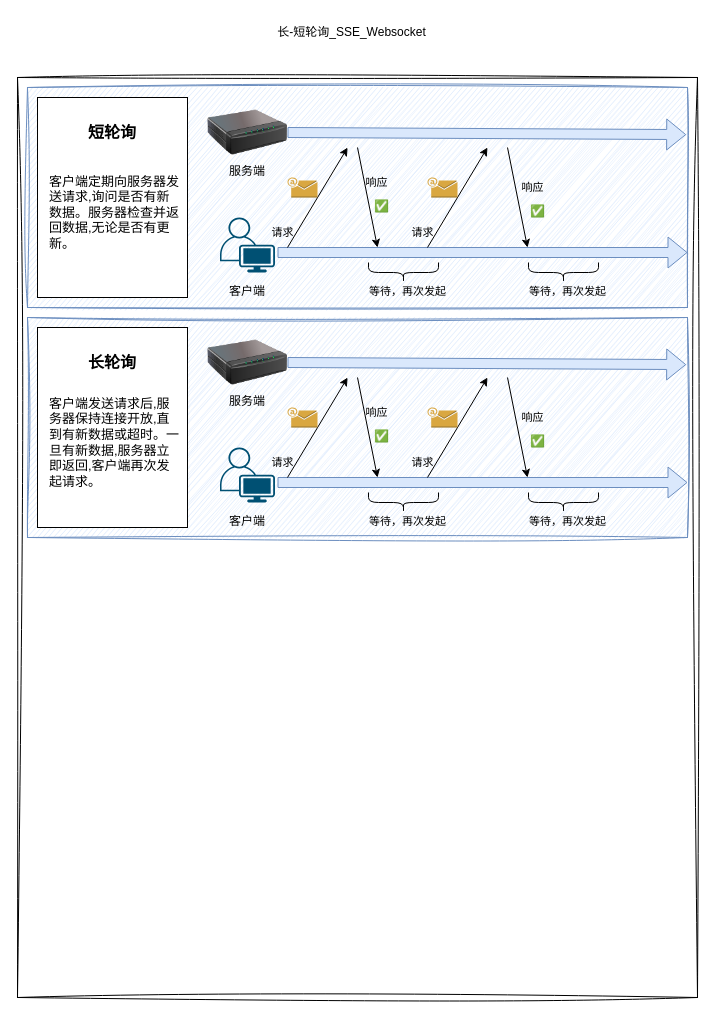
This is image-text/长-短轮询_SSE_Websocket.drawio from Rodert/javapub_oss, a draw.io file, before an edit. Source tidied: cells renumbered, new cells numbered last; positions are measured from the earlier drawing's top-left corner, leaving out a move shared by most shapes. Both pictures are drawn from the tidied source at 100%, with x=0, y=0 at pixel (17, 17).
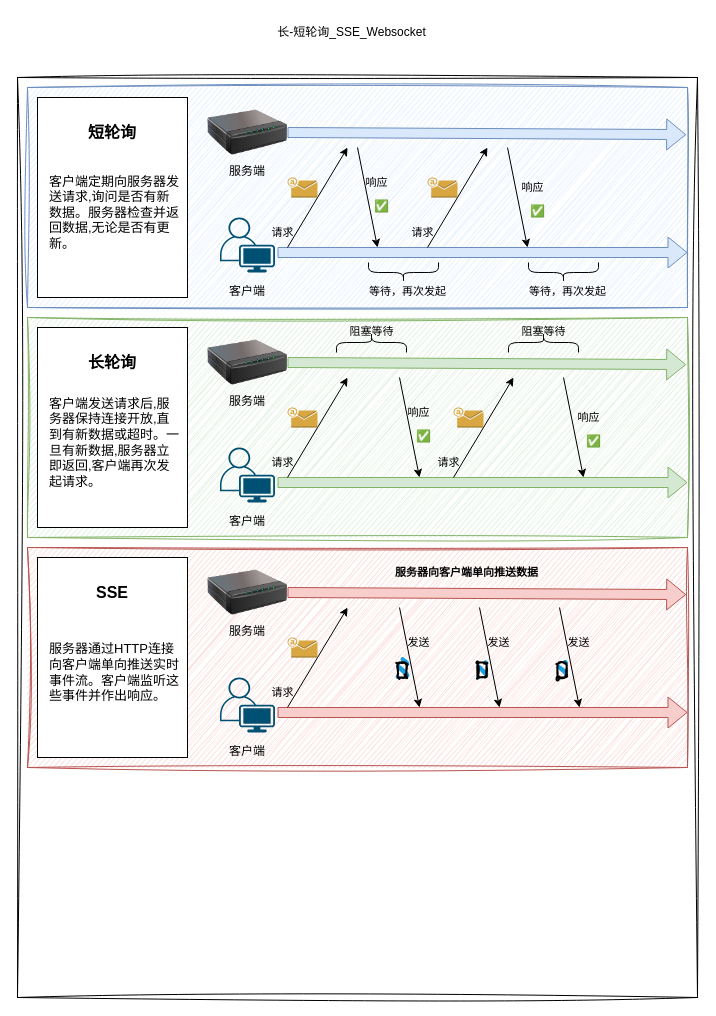
After the change.

Commit message (it also covers changes not shown here):
更新长-短轮询_SSE_Websocket.drawio

Unchanged cells that the change refers to:
```xml
<mxCell id="37" style="image;html=1;image=img/lib/clip_art/networking/Print_Server_128x128.png;sketch=1;hachureGap=4;jiggle=2;curveFitting=1;fontFamily=Architects Daughter;" parent="1" vertex="1">
  <mxGeometry x="190" y="305" width="80" height="80" as="geometry" />
</mxCell>
```

The edit, as a diff of the source:
```diff
@@
-    <mxCell id="33" style="rounded=0;whiteSpace=wrap;html=1;sketch=1;hachureGap=4;jiggle=2;curveFitting=1;fontFamily=Architects Daughter;fillColor=#dae8fc;strokeColor=#6c8ebf;" parent="1" vertex="1">
+    <mxCell id="33" style="rounded=0;whiteSpace=wrap;html=1;sketch=1;hachureGap=4;jiggle=2;curveFitting=1;fontFamily=Architects Daughter;fillColor=#d5e8d4;strokeColor=#82b366;" parent="1" vertex="1">
       <mxGeometry x="10" y="300" width="660" height="220" as="geometry" />
     </mxCell>
@@
-    <mxCell id="41" style="shape=flexArrow;endArrow=classic;html=1;rounded=0;hachureGap=4;fontFamily=Architects Daughter;exitX=1;exitY=0.5;exitDx=0;exitDy=0;fillColor=#dae8fc;strokeColor=#6c8ebf;entryX=0.998;entryY=0.214;entryDx=0;entryDy=0;entryPerimeter=0;" parent="1" edge="1" source="37" target="33">
+    <mxCell id="41" style="shape=flexArrow;endArrow=classic;html=1;rounded=0;hachureGap=4;fontFamily=Architects Daughter;exitX=1;exitY=0.5;exitDx=0;exitDy=0;fillColor=#d5e8d4;strokeColor=#82b366;entryX=0.998;entryY=0.214;entryDx=0;entryDy=0;entryPerimeter=0;" parent="1" edge="1" source="37" target="33">
       <mxGeometry relative="1" as="geometry" />
     </mxCell>
-    <mxCell id="42" style="shape=flexArrow;endArrow=classic;html=1;rounded=0;hachureGap=4;fontFamily=Architects Daughter;fillColor=#dae8fc;strokeColor=#6c8ebf;entryX=1;entryY=0.75;entryDx=0;entryDy=0;" parent="1" edge="1" target="33">
+    <mxCell id="42" style="shape=flexArrow;endArrow=classic;html=1;rounded=0;hachureGap=4;fontFamily=Architects Daughter;fillColor=#d5e8d4;strokeColor=#82b366;entryX=1;entryY=0.75;entryDx=0;entryDy=0;" parent="1" edge="1" target="33">
       <mxGeometry relative="1" as="geometry">
         <mxPoint x="260" y="465" as="sourcePoint" />
       </mxGeometry>
     </mxCell>
@@
     <mxCell id="44" style="endArrow=classic;html=1;rounded=0;hachureGap=4;fontFamily=Architects Daughter;flowAnimation=1;" parent="1" edge="1">
       <mxGeometry relative="1" as="geometry">
-        <mxPoint x="340" y="360" as="sourcePoint" />
-        <mxPoint x="360" y="460" as="targetPoint" />
+        <mxPoint x="382" y="360" as="sourcePoint" />
+        <mxPoint x="402" y="460" as="targetPoint" />
       </mxGeometry>
     </mxCell>
     <mxCell id="45" style="endArrow=classic;html=1;rounded=0;hachureGap=4;fontFamily=Architects Daughter;entryX=0.485;entryY=0.273;entryDx=0;entryDy=0;entryPerimeter=0;flowAnimation=1;" parent="1" edge="1">
       <mxGeometry relative="1" as="geometry">
-        <mxPoint x="410" y="460" as="sourcePoint" />
-        <mxPoint x="470" y="360" as="targetPoint" />
+        <mxPoint x="436" y="460" as="sourcePoint" />
+        <mxPoint x="496" y="360" as="targetPoint" />
       </mxGeometry>
     </mxCell>
     <mxCell id="46" style="endArrow=classic;html=1;rounded=0;hachureGap=4;fontFamily=Architects Daughter;flowAnimation=1;" parent="1" edge="1">
       <mxGeometry relative="1" as="geometry">
-        <mxPoint x="490" y="360" as="sourcePoint" />
-        <mxPoint x="510" y="460" as="targetPoint" />
+        <mxPoint x="546" y="360" as="sourcePoint" />
+        <mxPoint x="566" y="460" as="targetPoint" />
       </mxGeometry>
     </mxCell>
@@
     <mxCell id="48" style="dashed=0;verticalLabelPosition=bottom;verticalAlign=top;align=center;html=1;shape=mxgraph.aws3.email;fillColor=#D9A741;gradientColor=none;hachureGap=4;fontFamily=Architects Daughter;" parent="1" vertex="1">
-      <mxGeometry x="410" y="390" width="30" height="20" as="geometry" />
+      <mxGeometry x="436" y="390" width="30" height="20" as="geometry" />
     </mxCell>
     <mxCell id="49" value="✅" style="text;html=1;align=center;verticalAlign=middle;strokeColor=none;fillColor=none;fontFamily=Architects Daughter;" parent="1" vertex="1">
-      <mxGeometry x="500" y="410" width="40" height="30" as="geometry" />
+      <mxGeometry x="556" y="410" width="40" height="30" as="geometry" />
     </mxCell>
     <mxCell id="50" value="&lt;font face=&quot;Helvetica&quot; style=&quot;font-size: 11px;&quot;&gt;响应&lt;/font&gt;" style="text;html=1;align=center;verticalAlign=middle;strokeColor=none;fillColor=none;fontFamily=Architects Daughter;fontSize=11;" parent="1" vertex="1">
-      <mxGeometry x="490" y="385" width="50" height="30" as="geometry" />
+      <mxGeometry x="546" y="385" width="50" height="30" as="geometry" />
     </mxCell>
     <mxCell id="51" value="&lt;font face=&quot;Helvetica&quot; style=&quot;font-size: 11px;&quot;&gt;请求&lt;/font&gt;" style="text;html=1;align=center;verticalAlign=middle;strokeColor=none;fillColor=none;fontFamily=Architects Daughter;fontSize=11;" parent="1" vertex="1">
-      <mxGeometry x="380" y="430" width="50" height="30" as="geometry" />
+      <mxGeometry x="406" y="430" width="50" height="30" as="geometry" />
     </mxCell>
@@
     <mxCell id="53" value="&lt;font face=&quot;Helvetica&quot; style=&quot;font-size: 11px;&quot;&gt;响应&lt;/font&gt;" style="text;html=1;align=center;verticalAlign=middle;strokeColor=none;fillColor=none;fontFamily=Architects Daughter;fontSize=11;" parent="1" vertex="1">
-      <mxGeometry x="334" y="380" width="50" height="30" as="geometry" />
+      <mxGeometry x="376" y="380" width="50" height="30" as="geometry" />
     </mxCell>
     <mxCell id="54" value="✅" style="text;html=1;align=center;verticalAlign=middle;strokeColor=none;fillColor=none;fontFamily=Architects Daughter;" parent="1" vertex="1">
-      <mxGeometry x="344" y="405" width="40" height="30" as="geometry" />
+      <mxGeometry x="386" y="405" width="40" height="30" as="geometry" />
     </mxCell>
-    <mxCell id="55" style="shape=curlyBracket;whiteSpace=wrap;html=1;rounded=1;labelPosition=left;verticalLabelPosition=middle;align=right;verticalAlign=middle;hachureGap=4;fontFamily=Architects Daughter;rotation=-90;" parent="1" vertex="1">
-      <mxGeometry x="376" y="450" width="20" height="70" as="geometry" />
+    <mxCell id="55" style="shape=curlyBracket;whiteSpace=wrap;html=1;rounded=1;labelPosition=left;verticalLabelPosition=middle;align=right;verticalAlign=middle;hachureGap=4;fontFamily=Architects Daughter;rotation=90;" parent="1" vertex="1">
+      <mxGeometry x="344" y="290" width="20" height="70" as="geometry" />
     </mxCell>
-    <mxCell id="56" value="&lt;font style=&quot;font-size: 11px;&quot; face=&quot;Helvetica&quot;&gt;等待，再次发起&lt;/font&gt;" style="text;html=1;align=center;verticalAlign=middle;strokeColor=none;fillColor=none;fontFamily=Architects Daughter;" parent="1" vertex="1">
-      <mxGeometry x="340" y="490" width="100" height="30" as="geometry" />
+    <mxCell id="56" value="&lt;font style=&quot;font-size: 11px;&quot; face=&quot;Helvetica&quot;&gt;阻塞等待&lt;/font&gt;" style="text;html=1;align=center;verticalAlign=middle;strokeColor=none;fillColor=none;fontFamily=Architects Daughter;" parent="1" vertex="1">
+      <mxGeometry x="319" y="300" width="70" height="30" as="geometry" />
     </mxCell>
-    <mxCell id="57" style="shape=curlyBracket;whiteSpace=wrap;html=1;rounded=1;labelPosition=left;verticalLabelPosition=middle;align=right;verticalAlign=middle;hachureGap=4;fontFamily=Architects Daughter;rotation=-90;" parent="1" vertex="1">
-      <mxGeometry x="536" y="450" width="20" height="70" as="geometry" />
+    <mxCell id="57" style="shape=curlyBracket;whiteSpace=wrap;html=1;rounded=1;labelPosition=left;verticalLabelPosition=middle;align=right;verticalAlign=middle;hachureGap=4;fontFamily=Architects Daughter;rotation=90;size=0.5;" parent="1" vertex="1">
+      <mxGeometry x="516" y="290" width="20" height="70" as="geometry" />
     </mxCell>
-    <mxCell id="58" value="&lt;font style=&quot;font-size: 11px;&quot; face=&quot;Helvetica&quot;&gt;等待，再次发起&lt;/font&gt;" style="text;html=1;align=center;verticalAlign=middle;strokeColor=none;fillColor=none;fontFamily=Architects Daughter;" parent="1" vertex="1">
-      <mxGeometry x="500" y="490" width="100" height="30" as="geometry" />
-    </mxCell>
+    <mxCell id="59" value="&lt;font style=&quot;font-size: 11px;&quot; face=&quot;Helvetica&quot;&gt;阻塞等待&lt;/font&gt;" style="text;html=1;align=center;verticalAlign=middle;strokeColor=none;fillColor=none;fontFamily=Architects Daughter;" parent="1" vertex="1">
+      <mxGeometry x="491" y="300" width="70" height="30" as="geometry" />
+    </mxCell>
+    <mxCell id="60" style="rounded=0;whiteSpace=wrap;html=1;sketch=1;hachureGap=4;jiggle=2;curveFitting=1;fontFamily=Architects Daughter;fillColor=#f8cecc;strokeColor=#b85450;" parent="1" vertex="1">
+      <mxGeometry x="10" y="530" width="660" height="220" as="geometry" />
+    </mxCell>
+    <mxCell id="61" style="rounded=0;whiteSpace=wrap;html=1;hachureGap=4;fontFamily=Architects Daughter;" parent="1" vertex="1">
+      <mxGeometry x="20" y="540" width="150" height="200" as="geometry" />
+    </mxCell>
+    <mxCell id="62" value="&lt;span&gt;&lt;font style=&quot;font-size: 16px;&quot; face=&quot;Helvetica&quot;&gt;SSE&lt;/font&gt;&lt;/span&gt;" style="text;html=1;align=center;verticalAlign=middle;whiteSpace=wrap;rounded=0;fontFamily=Architects Daughter;fontStyle=1;" parent="1" vertex="1">
+      <mxGeometry x="65" y="560" width="60" height="30" as="geometry" />
+    </mxCell>
+    <mxCell id="63" value="&lt;div style=&quot;&quot;&gt;&lt;span style=&quot;white-space: pre;&quot;&gt;服务器通过HTTP连接&lt;br/&gt;向客户端单向推送实时&lt;br/&gt;事件流。客户端监听这&lt;br/&gt;些事件并作出响应。&lt;/span&gt;&lt;/div&gt;" style="text;html=1;align=left;verticalAlign=middle;whiteSpace=wrap;rounded=0;fontFamily=Helvetica;fontSize=13;" parent="1" vertex="1">
+      <mxGeometry x="30" y="590" width="130" height="130" as="geometry" />
+    </mxCell>
+    <mxCell id="64" style="image;html=1;image=img/lib/clip_art/networking/Print_Server_128x128.png;sketch=1;hachureGap=4;jiggle=2;curveFitting=1;fontFamily=Architects Daughter;" parent="1" vertex="1">
+      <mxGeometry x="190" y="535" width="80" height="80" as="geometry" />
+    </mxCell>
+    <mxCell id="65" style="verticalLabelPosition=bottom;sketch=0;html=1;verticalAlign=top;align=center;shape=mxgraph.cisco19.user;fillColor=#005073;strokeColor=none;hachureGap=4;jiggle=2;curveFitting=1;fontFamily=Architects Daughter;" parent="1" vertex="1">
+      <mxGeometry x="202.5" y="660" width="55" height="55" as="geometry" />
+    </mxCell>
+    <mxCell id="66" value="服务端" style="text;html=1;align=center;verticalAlign=middle;whiteSpace=wrap;rounded=0;fontFamily=Architects Daughter;" parent="1" vertex="1">
+      <mxGeometry x="200" y="600" width="60" height="30" as="geometry" />
+    </mxCell>
+    <mxCell id="67" value="客户端" style="text;html=1;align=center;verticalAlign=middle;whiteSpace=wrap;rounded=0;fontFamily=Architects Daughter;" parent="1" vertex="1">
+      <mxGeometry x="200" y="720" width="60" height="30" as="geometry" />
+    </mxCell>
+    <mxCell id="68" style="shape=flexArrow;endArrow=classic;html=1;rounded=0;hachureGap=4;fontFamily=Architects Daughter;exitX=1;exitY=0.5;exitDx=0;exitDy=0;fillColor=#f8cecc;strokeColor=#b85450;entryX=0.998;entryY=0.214;entryDx=0;entryDy=0;entryPerimeter=0;" parent="1" edge="1" source="64" target="60">
+      <mxGeometry relative="1" as="geometry" />
+    </mxCell>
+    <mxCell id="69" style="shape=flexArrow;endArrow=classic;html=1;rounded=0;hachureGap=4;fontFamily=Architects Daughter;fillColor=#f8cecc;strokeColor=#b85450;entryX=1;entryY=0.75;entryDx=0;entryDy=0;" parent="1" edge="1" target="60">
+      <mxGeometry relative="1" as="geometry">
+        <mxPoint x="260" y="695" as="sourcePoint" />
+      </mxGeometry>
+    </mxCell>
+    <mxCell id="70" style="endArrow=classic;html=1;rounded=0;hachureGap=4;fontFamily=Architects Daughter;entryX=0.485;entryY=0.273;entryDx=0;entryDy=0;entryPerimeter=0;flowAnimation=1;" parent="1" edge="1" target="60">
+      <mxGeometry relative="1" as="geometry">
+        <mxPoint x="270" y="690" as="sourcePoint" />
+      </mxGeometry>
+    </mxCell>
+    <mxCell id="71" style="endArrow=classic;html=1;rounded=0;hachureGap=4;fontFamily=Architects Daughter;flowAnimation=1;" parent="1" edge="1">
+      <mxGeometry relative="1" as="geometry">
+        <mxPoint x="382" y="590" as="sourcePoint" />
+        <mxPoint x="402" y="690" as="targetPoint" />
+      </mxGeometry>
+    </mxCell>
+    <mxCell id="72" style="dashed=0;verticalLabelPosition=bottom;verticalAlign=top;align=center;html=1;shape=mxgraph.aws3.email;fillColor=#D9A741;gradientColor=none;hachureGap=4;fontFamily=Architects Daughter;" parent="1" vertex="1">
+      <mxGeometry x="270" y="620" width="30" height="20" as="geometry" />
+    </mxCell>
+    <mxCell id="73" value="&lt;font face=&quot;Helvetica&quot; style=&quot;font-size: 11px;&quot;&gt;请求&lt;/font&gt;" style="text;html=1;align=center;verticalAlign=middle;strokeColor=none;fillColor=none;fontFamily=Architects Daughter;fontSize=11;" parent="1" vertex="1">
+      <mxGeometry x="240" y="660" width="50" height="30" as="geometry" />
+    </mxCell>
+    <mxCell id="74" value="&lt;font face=&quot;Helvetica&quot;&gt;发送&lt;/font&gt;" style="text;html=1;align=center;verticalAlign=middle;strokeColor=none;fillColor=none;fontFamily=Architects Daughter;fontSize=11;" parent="1" vertex="1">
+      <mxGeometry x="376" y="610" width="50" height="30" as="geometry" />
+    </mxCell>
+    <mxCell id="75" value="&lt;font style=&quot;font-size: 11px;&quot;&gt;服务器向客户端单向推送数据&lt;/font&gt;" style="text;html=1;align=center;verticalAlign=middle;strokeColor=none;fillColor=none;fontFamily=Helvetica;fontStyle=1;" parent="1" vertex="1">
+      <mxGeometry x="364" y="540" width="170" height="30" as="geometry" />
+    </mxCell>
+    <mxCell id="76" style="rounded=1;whiteSpace=wrap;html=1;strokeWidth=2;fillWeight=4;hachureGap=8;hachureAngle=45;fillColor=#1ba1e2;sketch=1;jiggle=2;curveFitting=1;fontFamily=Architects Daughter;" parent="1" vertex="1">
+      <mxGeometry x="380" y="645" width="9" height="15" as="geometry" />
+    </mxCell>
+    <mxCell id="77" style="endArrow=classic;html=1;rounded=0;hachureGap=4;fontFamily=Architects Daughter;flowAnimation=1;" parent="1" edge="1">
+      <mxGeometry relative="1" as="geometry">
+        <mxPoint x="462" y="590" as="sourcePoint" />
+        <mxPoint x="482" y="690" as="targetPoint" />
+      </mxGeometry>
+    </mxCell>
+    <mxCell id="78" value="&lt;font face=&quot;Helvetica&quot;&gt;发送&lt;/font&gt;" style="text;html=1;align=center;verticalAlign=middle;strokeColor=none;fillColor=none;fontFamily=Architects Daughter;fontSize=11;" parent="1" vertex="1">
+      <mxGeometry x="456" y="610" width="50" height="30" as="geometry" />
+    </mxCell>
+    <mxCell id="79" style="rounded=1;whiteSpace=wrap;html=1;strokeWidth=2;fillWeight=4;hachureGap=8;hachureAngle=45;fillColor=#1ba1e2;sketch=1;jiggle=2;curveFitting=1;fontFamily=Architects Daughter;" parent="1" vertex="1">
+      <mxGeometry x="460" y="645" width="9" height="15" as="geometry" />
+    </mxCell>
+    <mxCell id="80" style="endArrow=classic;html=1;rounded=0;hachureGap=4;fontFamily=Architects Daughter;flowAnimation=1;" parent="1" edge="1">
+      <mxGeometry relative="1" as="geometry">
+        <mxPoint x="542" y="590" as="sourcePoint" />
+        <mxPoint x="562" y="690" as="targetPoint" />
+      </mxGeometry>
+    </mxCell>
+    <mxCell id="81" value="&lt;font face=&quot;Helvetica&quot;&gt;发送&lt;/font&gt;" style="text;html=1;align=center;verticalAlign=middle;strokeColor=none;fillColor=none;fontFamily=Architects Daughter;fontSize=11;" parent="1" vertex="1">
+      <mxGeometry x="536" y="610" width="50" height="30" as="geometry" />
+    </mxCell>
+    <mxCell id="82" style="rounded=1;whiteSpace=wrap;html=1;strokeWidth=2;fillWeight=4;hachureGap=8;hachureAngle=45;fillColor=#1ba1e2;sketch=1;jiggle=2;curveFitting=1;fontFamily=Architects Daughter;" parent="1" vertex="1">
+      <mxGeometry x="540" y="645" width="9" height="15" as="geometry" />
+    </mxCell>
```
